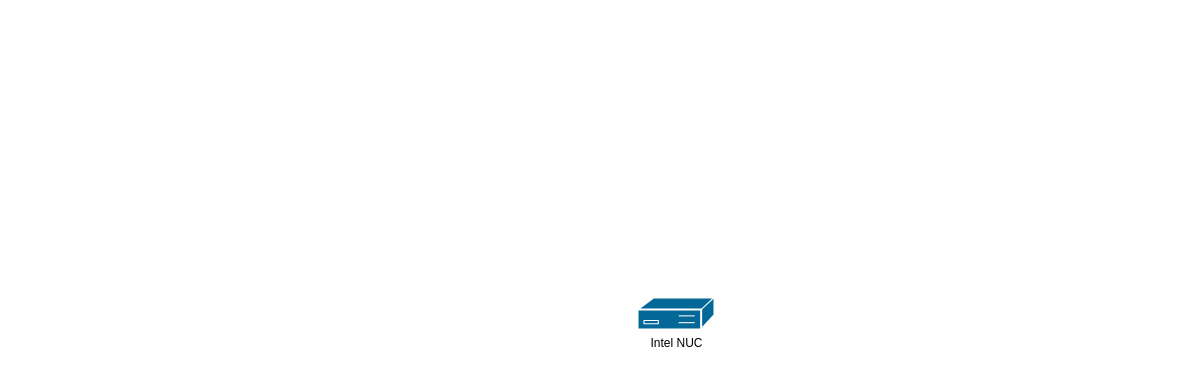
The draw.io diagram Network Design.drawio in SohamA12345/Project, before the edit. Source tidied: cells renumbered, new cells numbered last; positions are measured from the earlier drawing's top-left corner, leaving out a move shared by most shapes. Both pictures are drawn from the tidied source at 100%, with x=0, y=0 at pixel (637, 297).
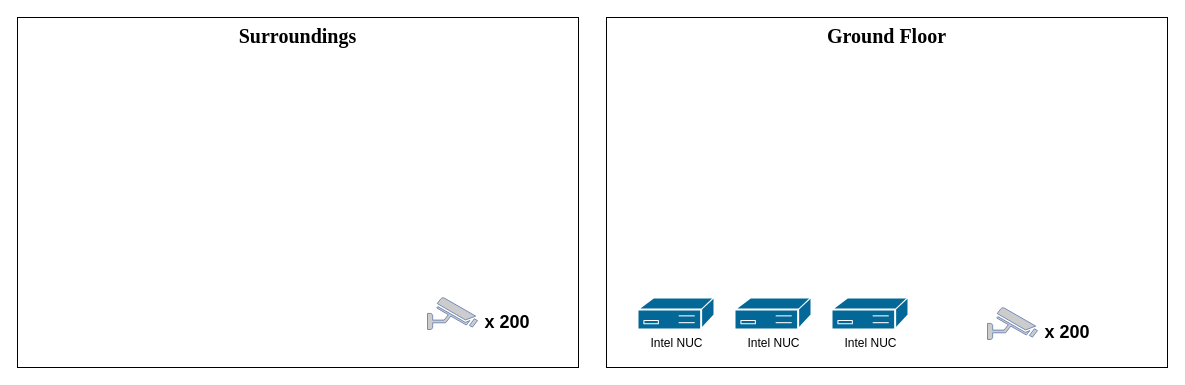
The same diagram, later.

What changed in the source:
```diff
@@
 <mxGraphModel>
   <root>
     <mxCell id="0" />
     <mxCell id="1" parent="0" />
+    <mxCell id="3" value="&lt;div align=&quot;center&quot;&gt;&lt;b&gt;Ground Floor&lt;/b&gt;&lt;/div&gt;" style="whiteSpace=wrap;html=1;align=center;verticalAlign=top;fontFamily=Times New Roman;fontSize=20;" parent="1" vertex="1">
+      <mxGeometry x="-31" y="-280" width="561" height="350" as="geometry" />
+    </mxCell>
     <mxCell id="2" value="Intel NUC" style="sketch=0;html=1;dashed=0;fillColor=#036897;strokeColor=#ffffff;strokeWidth=2;verticalLabelPosition=bottom;verticalAlign=top;align=center;shape=mxgraph.cisco.controllers_and_modules.3174_(desktop)_cluster_controller;" parent="1" vertex="1">
       <mxGeometry width="77" height="32" as="geometry" />
     </mxCell>
+    <mxCell id="4" value="Intel NUC" style="sketch=0;html=1;dashed=0;fillColor=#036897;strokeColor=#ffffff;strokeWidth=2;verticalLabelPosition=bottom;verticalAlign=top;align=center;shape=mxgraph.cisco.controllers_and_modules.3174_(desktop)_cluster_controller;" parent="1" vertex="1">
+      <mxGeometry x="97" width="77" height="32" as="geometry" />
+    </mxCell>
+    <mxCell id="5" value="Intel NUC" style="sketch=0;html=1;dashed=0;fillColor=#036897;strokeColor=#ffffff;strokeWidth=2;verticalLabelPosition=bottom;verticalAlign=top;align=center;shape=mxgraph.cisco.controllers_and_modules.3174_(desktop)_cluster_controller;" parent="1" vertex="1">
+      <mxGeometry x="194" width="77" height="32" as="geometry" />
+    </mxCell>
+    <mxCell id="6" style="fontColor=#0066CC;verticalAlign=top;verticalLabelPosition=bottom;labelPosition=center;align=center;html=1;fillColor=#CCCCCC;strokeColor=#6881B3;gradientColor=none;gradientDirection=north;strokeWidth=2;shape=mxgraph.networks.security_camera;" parent="1" vertex="1">
+      <mxGeometry x="350" y="10" width="50" height="32" as="geometry" />
+    </mxCell>
+    <mxCell id="7" value="&lt;b&gt;&lt;font style=&quot;font-size: 18px;&quot;&gt;x 200&lt;/font&gt;&lt;/b&gt;" style="text;html=1;whiteSpace=wrap;strokeColor=none;fillColor=none;align=center;verticalAlign=middle;rounded=0;" parent="1" vertex="1">
+      <mxGeometry x="400" y="20" width="60" height="30" as="geometry" />
+    </mxCell>
+    <mxCell id="8" value="&lt;div align=&quot;center&quot;&gt;&lt;b&gt;Surroundings&lt;/b&gt;&lt;/div&gt;" style="whiteSpace=wrap;html=1;align=center;verticalAlign=top;fontFamily=Times New Roman;fontSize=20;" parent="1" vertex="1">
+      <mxGeometry x="-620" y="-280" width="561" height="350" as="geometry" />
+    </mxCell>
+    <mxCell id="9" style="fontColor=#0066CC;verticalAlign=top;verticalLabelPosition=bottom;labelPosition=center;align=center;html=1;fillColor=#CCCCCC;strokeColor=#6881B3;gradientColor=none;gradientDirection=north;strokeWidth=2;shape=mxgraph.networks.security_camera;" parent="1" vertex="1">
+      <mxGeometry x="-210" width="50" height="32" as="geometry" />
+    </mxCell>
+    <mxCell id="10" value="&lt;b&gt;&lt;font style=&quot;font-size: 18px;&quot;&gt;x 200&lt;/font&gt;&lt;/b&gt;" style="text;html=1;whiteSpace=wrap;strokeColor=none;fillColor=none;align=center;verticalAlign=middle;rounded=0;" parent="1" vertex="1">
+      <mxGeometry x="-160" y="10" width="60" height="30" as="geometry" />
+    </mxCell>
   </root>
 </mxGraphModel>
```
